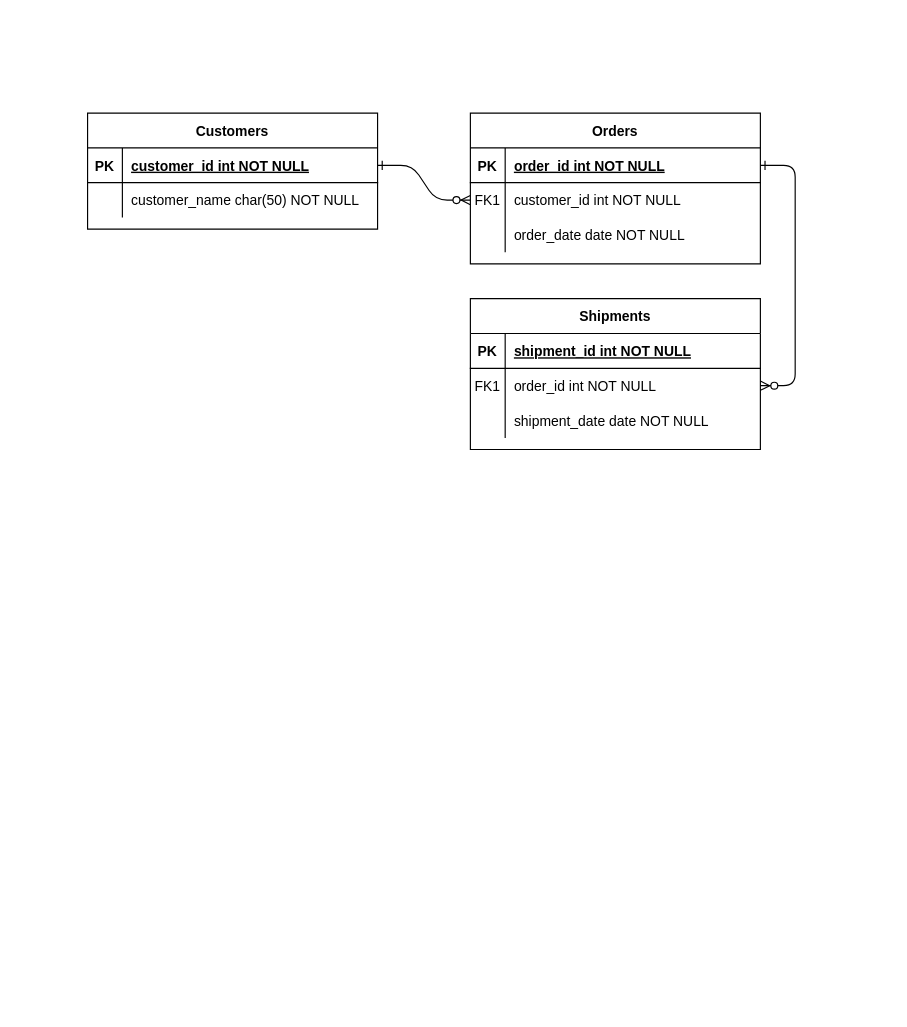
Earlier version of the draw.io diagram Unbenanntes Diagramm.drawio (KaiWissel/wttt-33). Source tidied: cells renumbered, new cells numbered last; positions are measured from the earlier drawing's top-left corner, leaving out a move shared by most shapes. Both pictures are drawn from the tidied source at 116%, with x=0, y=0 at pixel (87, 113).
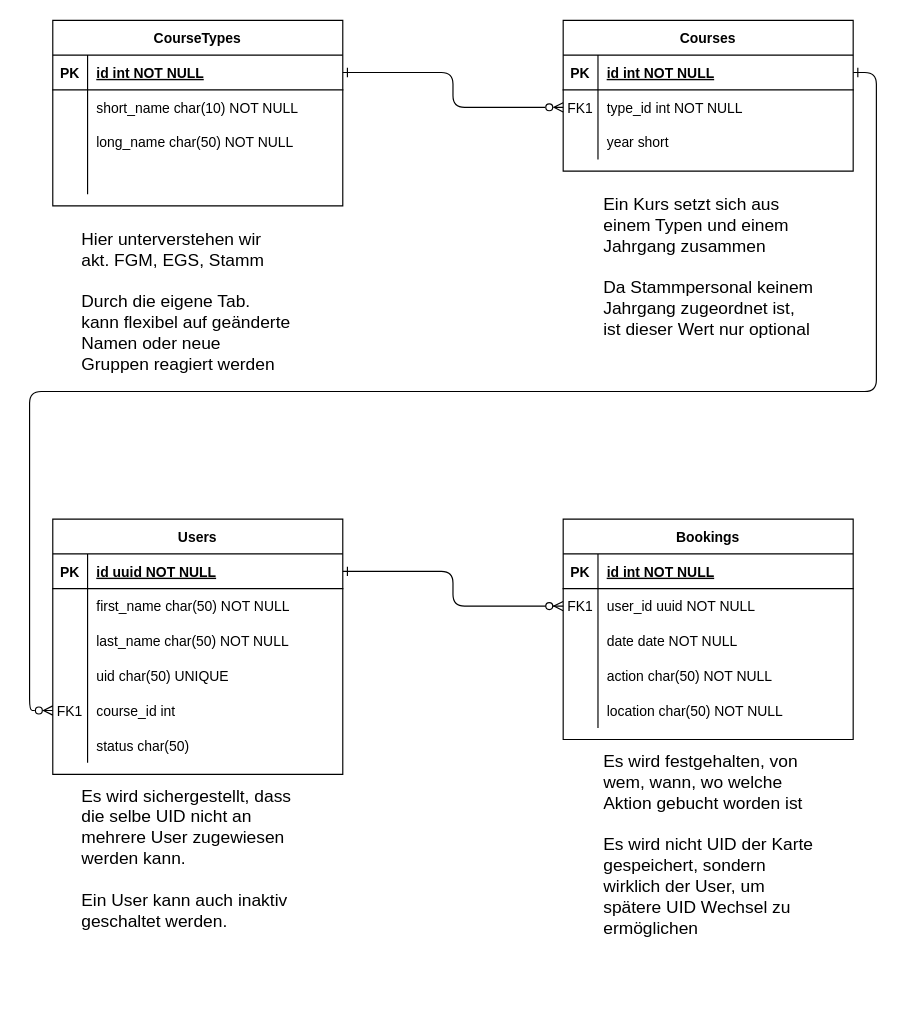
The same diagram, later.

Commit message:
Doku DB Relationen

Unchanged cells that the change refers to:
```xml
<mxCell id="5" style="shape=partialRectangle;fillColor=none;points=[[0,0.5],[1,0.5]];portConstraint=eastwest;top=0;left=0;right=0;bottom=1;" parent="4" vertex="1">
  <mxGeometry y="30" width="250" height="30" as="geometry" />
</mxCell>
<mxCell id="8" style="shape=partialRectangle;fillColor=none;points=[[0,0.5],[1,0.5]];portConstraint=eastwest;top=0;left=0;right=0;bottom=0;" parent="4" vertex="1">
  <mxGeometry y="60" width="250" height="30" as="geometry" />
</mxCell>
<mxCell id="15" style="shape=partialRectangle;fillColor=none;points=[[0,0.5],[1,0.5]];portConstraint=eastwest;top=0;left=0;right=0;bottom=1;" parent="14" vertex="1">
  <mxGeometry y="30" width="250" height="30" as="geometry" />
</mxCell>
<mxCell id="18" style="shape=partialRectangle;fillColor=none;points=[[0,0.5],[1,0.5]];portConstraint=eastwest;top=0;left=0;right=0;bottom=0;" parent="14" vertex="1">
  <mxGeometry y="60" width="250" height="30" as="geometry" />
</mxCell>
<mxCell id="21" style="shape=partialRectangle;fillColor=none;top=0;left=0;right=0;bottom=0;" parent="14" vertex="1">
  <mxGeometry y="90" width="250" height="30" as="geometry" />
</mxCell>
<mxCell id="25" style="shape=partialRectangle;fillColor=none;points=[[0,0.5],[1,0.5]];portConstraint=eastwest;top=0;left=0;right=0;bottom=1;" parent="24" vertex="1">
  <mxGeometry y="30" width="250" height="30" as="geometry" />
</mxCell>
```

What changed in the source:
```diff
@@
-    <mxCell id="2" style="edgeStyle=entityRelationEdgeStyle;endArrow=ERzeroToMany;startArrow=ERone;endFill=1;startFill=0;" parent="1" edge="1" source="25" target="8">
+    <mxCell id="2" style="edgeStyle=orthogonalEdgeStyle;endArrow=ERzeroToMany;startArrow=ERone;endFill=1;startFill=0;" parent="1" edge="1" source="25" target="8">
       <mxGeometry relative="1" as="geometry" />
     </mxCell>
-    <mxCell id="3" style="edgeStyle=entityRelationEdgeStyle;endArrow=ERzeroToMany;startArrow=ERone;endFill=1;startFill=0;" parent="1" edge="1" source="5" target="18">
-      <mxGeometry relative="1" as="geometry" />
-    </mxCell>
-    <mxCell id="4" value="Orders" style="shape=table;startSize=30;childLayout=tableLayout;rowLines=0;fontStyle=1;align=center;" parent="1" vertex="1">
-      <mxGeometry x="330" width="250" height="130" as="geometry" />
+    <mxCell id="4" value="Bookings" style="shape=table;startSize=30;childLayout=tableLayout;rowLines=0;fontStyle=1;align=center;" parent="1" vertex="1">
+      <mxGeometry x="410" y="350" width="250" height="190" as="geometry" />
     </mxCell>
@@
-    <mxCell id="7" value="order_id int NOT NULL " style="shape=partialRectangle;overflow=hidden;fillColor=none;top=0;left=0;bottom=0;right=0;align=left;spacingLeft=6;fontStyle=5;" parent="5" vertex="1">
+    <mxCell id="7" value="id int NOT NULL " style="shape=partialRectangle;overflow=hidden;fillColor=none;top=0;left=0;bottom=0;right=0;align=left;spacingLeft=6;fontStyle=5;" parent="5" vertex="1">
       <mxGeometry x="30" width="220" height="30" as="geometry" />
     </mxCell>
@@
-    <mxCell id="10" value="customer_id int NOT NULL" style="shape=partialRectangle;overflow=hidden;fillColor=none;top=0;left=0;bottom=0;right=0;align=left;spacingLeft=6;" parent="8" vertex="1">
+    <mxCell id="10" value="user_id uuid NOT NULL" style="shape=partialRectangle;overflow=hidden;fillColor=none;top=0;left=0;bottom=0;right=0;align=left;spacingLeft=6;" parent="8" vertex="1">
       <mxGeometry x="30" width="220" height="30" as="geometry" />
     </mxCell>
-    <mxCell id="11" style="shape=partialRectangle;fillColor=none;top=0;left=0;right=0;bottom=0;" parent="4" vertex="1">
-      <mxGeometry y="90" width="250" height="30" as="geometry" />
-    </mxCell>
-    <mxCell id="12" style="shape=partialRectangle;overflow=hidden;fillColor=none;top=0;left=0;bottom=0;right=0;" parent="11" vertex="1">
-      <mxGeometry width="30" height="30" as="geometry" />
-    </mxCell>
-    <mxCell id="13" value="order_date date NOT NULL" style="shape=partialRectangle;overflow=hidden;fillColor=none;top=0;left=0;bottom=0;right=0;align=left;spacingLeft=6;" parent="11" vertex="1">
-      <mxGeometry x="30" width="220" height="30" as="geometry" />
-    </mxCell>
+    <mxCell id="31" style="shape=partialRectangle;fillColor=none;top=0;left=0;right=0;bottom=0;" parent="4" vertex="1">
+      <mxGeometry y="90" width="250" height="30" as="geometry" />
+    </mxCell>
+    <mxCell id="32" style="shape=partialRectangle;overflow=hidden;fillColor=none;top=0;left=0;bottom=0;right=0;" parent="31" vertex="1">
+      <mxGeometry width="30" height="30" as="geometry" />
+    </mxCell>
+    <mxCell id="33" value="date date NOT NULL" style="shape=partialRectangle;overflow=hidden;fillColor=none;top=0;left=0;bottom=0;right=0;align=left;spacingLeft=6;" parent="31" vertex="1">
+      <mxGeometry x="30" width="220" height="30" as="geometry" />
+    </mxCell>
+    <mxCell id="34" style="shape=partialRectangle;fillColor=none;top=0;left=0;right=0;bottom=0;" parent="4" vertex="1">
+      <mxGeometry y="120" width="250" height="30" as="geometry" />
+    </mxCell>
+    <mxCell id="35" style="shape=partialRectangle;overflow=hidden;fillColor=none;top=0;left=0;bottom=0;right=0;" parent="34" vertex="1">
+      <mxGeometry width="30" height="30" as="geometry" />
+    </mxCell>
+    <mxCell id="36" value="action char(50) NOT NULL" style="shape=partialRectangle;overflow=hidden;fillColor=none;top=0;left=0;bottom=0;right=0;align=left;spacingLeft=6;" parent="34" vertex="1">
+      <mxGeometry x="30" width="220" height="30" as="geometry" />
+    </mxCell>
+    <mxCell id="37" style="shape=partialRectangle;fillColor=none;top=0;left=0;right=0;bottom=0;" parent="4" vertex="1">
+      <mxGeometry y="150" width="250" height="30" as="geometry" />
+    </mxCell>
+    <mxCell id="38" style="shape=partialRectangle;overflow=hidden;fillColor=none;top=0;left=0;bottom=0;right=0;" parent="37" vertex="1">
+      <mxGeometry width="30" height="30" as="geometry" />
+    </mxCell>
+    <mxCell id="39" value="location char(50) NOT NULL" style="shape=partialRectangle;overflow=hidden;fillColor=none;top=0;left=0;bottom=0;right=0;align=left;spacingLeft=6;" parent="37" vertex="1">
+      <mxGeometry x="30" width="220" height="30" as="geometry" />
+    </mxCell>
-    <mxCell id="14" value="Shipments" style="shape=table;startSize=30;childLayout=tableLayout;rowLines=0;fontStyle=1;align=center;" parent="1" vertex="1">
-      <mxGeometry x="330" y="160" width="250" height="130" as="geometry" />
+    <mxCell id="14" value="Courses" style="shape=table;startSize=30;childLayout=tableLayout;rowLines=0;fontStyle=1;align=center;" parent="1" vertex="1">
+      <mxGeometry x="410" y="-80" width="250" height="130" as="geometry" />
     </mxCell>
@@
-    <mxCell id="17" value="shipment_id int NOT NULL " style="shape=partialRectangle;overflow=hidden;fillColor=none;top=0;left=0;bottom=0;right=0;align=left;spacingLeft=6;fontStyle=5;" parent="15" vertex="1">
+    <mxCell id="17" value="id int NOT NULL " style="shape=partialRectangle;overflow=hidden;fillColor=none;top=0;left=0;bottom=0;right=0;align=left;spacingLeft=6;fontStyle=5;" parent="15" vertex="1">
       <mxGeometry x="30" width="220" height="30" as="geometry" />
     </mxCell>
@@
-    <mxCell id="19" value="FK1" style="shape=partialRectangle;overflow=hidden;fillColor=none;top=0;left=0;bottom=0;right=0;" parent="18" vertex="1">
+    <mxCell id="19" style="shape=partialRectangle;overflow=hidden;fillColor=none;top=0;left=0;bottom=0;right=0;" parent="18" vertex="1">
       <mxGeometry width="30" height="30" as="geometry" />
     </mxCell>
-    <mxCell id="20" value="order_id int NOT NULL" style="shape=partialRectangle;overflow=hidden;fillColor=none;top=0;left=0;bottom=0;right=0;align=left;spacingLeft=6;" parent="18" vertex="1">
+    <mxCell id="20" value="type_id int NOT NULL" style="shape=partialRectangle;overflow=hidden;fillColor=none;top=0;left=0;bottom=0;right=0;align=left;spacingLeft=6;" parent="18" vertex="1">
       <mxGeometry x="30" width="220" height="30" as="geometry" />
     </mxCell>
@@
-    <mxCell id="23" value="shipment_date date NOT NULL" style="shape=partialRectangle;overflow=hidden;fillColor=none;top=0;left=0;bottom=0;right=0;align=left;spacingLeft=6;" parent="21" vertex="1">
+    <mxCell id="23" value="year short" style="shape=partialRectangle;overflow=hidden;fillColor=none;top=0;left=0;bottom=0;right=0;align=left;spacingLeft=6;" parent="21" vertex="1">
       <mxGeometry x="30" width="220" height="30" as="geometry" />
     </mxCell>
-    <mxCell id="24" value="Customers" style="shape=table;startSize=30;childLayout=tableLayout;rowLines=0;fontStyle=1;align=center;" parent="1" vertex="1">
-      <mxGeometry width="250" height="100" as="geometry" />
+    <mxCell id="24" value="Users" style="shape=table;startSize=30;childLayout=tableLayout;rowLines=0;fontStyle=1;align=center;" parent="1" vertex="1">
+      <mxGeometry x="-30" y="350" width="250" height="220" as="geometry" />
     </mxCell>
@@
-    <mxCell id="27" value="customer_id int NOT NULL " style="shape=partialRectangle;overflow=hidden;fillColor=none;top=0;left=0;bottom=0;right=0;align=left;spacingLeft=6;fontStyle=5;" parent="25" vertex="1">
+    <mxCell id="27" value="id uuid NOT NULL " style="shape=partialRectangle;overflow=hidden;fillColor=none;top=0;left=0;bottom=0;right=0;align=left;spacingLeft=6;fontStyle=5;" parent="25" vertex="1">
       <mxGeometry x="30" width="220" height="30" as="geometry" />
     </mxCell>
+    <mxCell id="40" style="shape=partialRectangle;fillColor=none;top=0;left=0;right=0;bottom=0;" parent="24" vertex="1">
+      <mxGeometry y="60" width="250" height="30" as="geometry" />
+    </mxCell>
+    <mxCell id="41" style="shape=partialRectangle;overflow=hidden;fillColor=none;top=0;left=0;bottom=0;right=0;" parent="40" vertex="1">
+      <mxGeometry width="30" height="30" as="geometry" />
+    </mxCell>
+    <mxCell id="42" value="first_name char(50) NOT NULL" style="shape=partialRectangle;overflow=hidden;fillColor=none;top=0;left=0;bottom=0;right=0;align=left;spacingLeft=6;" parent="40" vertex="1">
+      <mxGeometry x="30" width="220" height="30" as="geometry" />
+    </mxCell>
+    <mxCell id="43" style="shape=partialRectangle;fillColor=none;top=0;left=0;right=0;bottom=0;" parent="24" vertex="1">
+      <mxGeometry y="90" width="250" height="30" as="geometry" />
+    </mxCell>
+    <mxCell id="44" style="shape=partialRectangle;overflow=hidden;fillColor=none;top=0;left=0;bottom=0;right=0;" parent="43" vertex="1">
+      <mxGeometry width="30" height="30" as="geometry" />
+    </mxCell>
+    <mxCell id="45" value="last_name char(50) NOT NULL" style="shape=partialRectangle;overflow=hidden;fillColor=none;top=0;left=0;bottom=0;right=0;align=left;spacingLeft=6;" parent="43" vertex="1">
+      <mxGeometry x="30" width="220" height="30" as="geometry" />
+    </mxCell>
+    <mxCell id="46" style="shape=partialRectangle;fillColor=none;top=0;left=0;right=0;bottom=0;" parent="24" vertex="1">
+      <mxGeometry y="120" width="250" height="30" as="geometry" />
+    </mxCell>
+    <mxCell id="47" style="shape=partialRectangle;overflow=hidden;fillColor=none;top=0;left=0;bottom=0;right=0;" parent="46" vertex="1">
+      <mxGeometry width="30" height="30" as="geometry" />
+    </mxCell>
+    <mxCell id="48" value="uid char(50) UNIQUE" style="shape=partialRectangle;overflow=hidden;fillColor=none;top=0;left=0;bottom=0;right=0;align=left;spacingLeft=6;" parent="46" vertex="1">
+      <mxGeometry x="30" width="220" height="30" as="geometry" />
+    </mxCell>
+    <mxCell id="49" style="shape=partialRectangle;fillColor=none;points=[[0,0.5],[1,0.5]];portConstraint=eastwest;top=0;left=0;right=0;bottom=0;" parent="24" vertex="1">
+      <mxGeometry y="150" width="250" height="30" as="geometry" />
+    </mxCell>
+    <mxCell id="50" style="shape=partialRectangle;overflow=hidden;fillColor=none;top=0;left=0;bottom=0;right=0;" parent="49" vertex="1">
+      <mxGeometry width="30" height="30" as="geometry" />
+    </mxCell>
+    <mxCell id="51" value="course_id int" style="shape=partialRectangle;overflow=hidden;fillColor=none;top=0;left=0;bottom=0;right=0;align=left;spacingLeft=6;" parent="49" vertex="1">
+      <mxGeometry x="30" width="220" height="30" as="geometry" />
+    </mxCell>
     <mxCell id="28" style="shape=partialRectangle;fillColor=none;top=0;left=0;right=0;bottom=0;" parent="24" vertex="1">
-      <mxGeometry y="60" width="250" height="30" as="geometry" />
+      <mxGeometry y="180" width="250" height="30" as="geometry" />
     </mxCell>
@@
-    <mxCell id="30" value="customer_name char(50) NOT NULL" style="shape=partialRectangle;overflow=hidden;fillColor=none;top=0;left=0;bottom=0;right=0;align=left;spacingLeft=6;" parent="28" vertex="1">
+    <mxCell id="30" value="status char(50)" style="shape=partialRectangle;overflow=hidden;fillColor=none;top=0;left=0;bottom=0;right=0;align=left;spacingLeft=6;" parent="28" vertex="1">
       <mxGeometry x="30" width="220" height="30" as="geometry" />
     </mxCell>
+    <mxCell id="52" value="CourseTypes" style="shape=table;startSize=30;childLayout=tableLayout;rowLines=0;fontStyle=1;align=center;" parent="1" vertex="1">
+      <mxGeometry x="-30" y="-80" width="250" height="160" as="geometry" />
+    </mxCell>
+    <mxCell id="53" style="shape=partialRectangle;fillColor=none;points=[[0,0.5],[1,0.5]];portConstraint=eastwest;top=0;left=0;right=0;bottom=1;" parent="52" vertex="1">
+      <mxGeometry y="30" width="250" height="30" as="geometry" />
+    </mxCell>
+    <mxCell id="54" value="PK" style="shape=partialRectangle;overflow=hidden;fillColor=none;top=0;left=0;bottom=0;right=0;fontStyle=1;" parent="53" vertex="1">
+      <mxGeometry width="30" height="30" as="geometry" />
+    </mxCell>
+    <mxCell id="55" value="id int NOT NULL " style="shape=partialRectangle;overflow=hidden;fillColor=none;top=0;left=0;bottom=0;right=0;align=left;spacingLeft=6;fontStyle=5;" parent="53" vertex="1">
+      <mxGeometry x="30" width="220" height="30" as="geometry" />
+    </mxCell>
+    <mxCell id="56" style="shape=partialRectangle;fillColor=none;top=0;left=0;right=0;bottom=0;" parent="52" vertex="1">
+      <mxGeometry y="60" width="250" height="30" as="geometry" />
+    </mxCell>
+    <mxCell id="57" style="shape=partialRectangle;overflow=hidden;fillColor=none;top=0;left=0;bottom=0;right=0;" parent="56" vertex="1">
+      <mxGeometry width="30" height="30" as="geometry" />
+    </mxCell>
+    <mxCell id="58" value="short_name char(10) NOT NULL" style="shape=partialRectangle;overflow=hidden;fillColor=none;top=0;left=0;bottom=0;right=0;align=left;spacingLeft=6;" parent="56" vertex="1">
+      <mxGeometry x="30" width="220" height="30" as="geometry" />
+    </mxCell>
+    <mxCell id="59" style="shape=partialRectangle;fillColor=none;top=0;left=0;right=0;bottom=0;" parent="52" vertex="1">
+      <mxGeometry y="90" width="250" height="30" as="geometry" />
+    </mxCell>
+    <mxCell id="60" style="shape=partialRectangle;overflow=hidden;fillColor=none;top=0;left=0;bottom=0;right=0;" parent="59" vertex="1">
+      <mxGeometry width="30" height="30" as="geometry" />
+    </mxCell>
+    <mxCell id="61" value="long_name char(50) NOT NULL" style="shape=partialRectangle;overflow=hidden;fillColor=none;top=0;left=0;bottom=0;right=0;align=left;spacingLeft=6;" parent="59" vertex="1">
+      <mxGeometry x="30" width="220" height="30" as="geometry" />
+    </mxCell>
+    <mxCell id="62" style="shape=partialRectangle;fillColor=none;top=0;left=0;right=0;bottom=0;" parent="52" vertex="1">
+      <mxGeometry y="120" width="250" height="30" as="geometry" />
+    </mxCell>
+    <mxCell id="63" style="shape=partialRectangle;overflow=hidden;fillColor=none;top=0;left=0;bottom=0;right=0;" parent="62" vertex="1">
+      <mxGeometry width="30" height="30" as="geometry" />
+    </mxCell>
+    <mxCell id="64" style="shape=partialRectangle;overflow=hidden;fillColor=none;top=0;left=0;bottom=0;right=0;align=left;spacingLeft=6;" parent="62" vertex="1">
+      <mxGeometry x="30" width="220" height="30" as="geometry" />
+    </mxCell>
+    <mxCell id="65" value="&lt;font style=&quot;font-size: 13px;&quot;&gt;&lt;font style=&quot;font-size: 14px;&quot;&gt;&lt;font style=&quot;font-size: 15px;&quot;&gt;Hier unterverstehen wir akt. FGM, EGS, Stamm&lt;br&gt;&lt;br&gt;Durch die eigene Tab. kann flexibel auf geänderte Namen oder neue Gruppen reagiert werden&lt;br&gt;&lt;/font&gt;&lt;/font&gt;&lt;/font&gt;" style="text;html=1;strokeColor=none;fillColor=none;spacing=5;spacingTop=-20;whiteSpace=wrap;overflow=hidden;rounded=0;" parent="1" vertex="1">
+      <mxGeometry x="-10" y="110" width="190" height="140" as="geometry" />
+    </mxCell>
+    <mxCell id="66" value="&lt;div&gt;Ein Kurs setzt sich aus einem Typen und einem Jahrgang zusammen&lt;/div&gt;&lt;div&gt;&lt;br&gt;&lt;/div&gt;&lt;div&gt;Da Stammpersonal keinem Jahrgang zugeordnet ist, ist dieser Wert nur optional&lt;br&gt;&lt;/div&gt;" style="text;html=1;strokeColor=none;fillColor=none;spacing=5;spacingTop=-20;whiteSpace=wrap;overflow=hidden;rounded=0;fontSize=15;" parent="1" vertex="1">
+      <mxGeometry x="440" y="80" width="190" height="120" as="geometry" />
+    </mxCell>
+    <mxCell id="67" style="rounded=1;jettySize=auto;html=1;exitX=1;exitY=0.5;exitDx=0;exitDy=0;startArrow=ERone;startFill=0;endArrow=ERzeroToMany;endFill=0;edgeStyle=orthogonalEdgeStyle;entryX=0;entryY=0.5;entryDx=0;entryDy=0;" parent="1" edge="1" source="53" target="18">
+      <mxGeometry relative="1" as="geometry" />
+    </mxCell>
+    <mxCell id="68" value="&lt;div&gt;Es wird festgehalten, von wem, wann, wo welche Aktion gebucht worden ist&lt;/div&gt;&lt;div&gt;&lt;br&gt;&lt;/div&gt;&lt;div&gt;Es wird nicht UID der Karte gespeichert, sondern wirklich der User, um spätere UID Wechsel zu ermöglichen&lt;br&gt;&lt;/div&gt;" style="text;html=1;strokeColor=none;fillColor=none;spacing=5;spacingTop=-20;whiteSpace=wrap;overflow=hidden;rounded=0;fontSize=15;" parent="1" vertex="1">
+      <mxGeometry x="440" y="560" width="190" height="180" as="geometry" />
+    </mxCell>
+    <mxCell id="69" value="FK1" style="shape=partialRectangle;overflow=hidden;fillColor=none;top=0;left=0;bottom=0;right=0;" parent="1" vertex="1">
+      <mxGeometry x="410" y="-20" width="30" height="30" as="geometry" />
+    </mxCell>
+    <mxCell id="70" value="FK1" style="shape=partialRectangle;overflow=hidden;fillColor=none;top=0;left=0;bottom=0;right=0;" parent="1" vertex="1">
+      <mxGeometry x="-30" y="500" width="30" height="30" as="geometry" />
+    </mxCell>
+    <mxCell id="71" style="edgeStyle=orthogonalEdgeStyle;rounded=1;jettySize=auto;html=1;exitX=1;exitY=0.5;exitDx=0;exitDy=0;fontSize=12;startArrow=ERone;startFill=0;endArrow=ERzeroToMany;endFill=0;entryX=0;entryY=0.5;entryDx=0;entryDy=0;" parent="1" edge="1" source="15" target="49">
+      <mxGeometry relative="1" as="geometry" />
+    </mxCell>
+    <mxCell id="72" value="&lt;div&gt;Es wird sichergestellt, dass die selbe UID nicht an mehrere User zugewiesen werden kann.&lt;/div&gt;&lt;div&gt;&lt;br&gt;&lt;/div&gt;&lt;div&gt;Ein User kann auch inaktiv geschaltet werden.&lt;br&gt;&lt;/div&gt;&lt;div&gt;&lt;br&gt;&lt;/div&gt;" style="text;html=1;strokeColor=none;fillColor=none;spacing=5;spacingTop=-20;whiteSpace=wrap;overflow=hidden;rounded=0;fontSize=15;" parent="1" vertex="1">
+      <mxGeometry x="-10" y="590" width="190" height="180" as="geometry" />
+    </mxCell>
```
